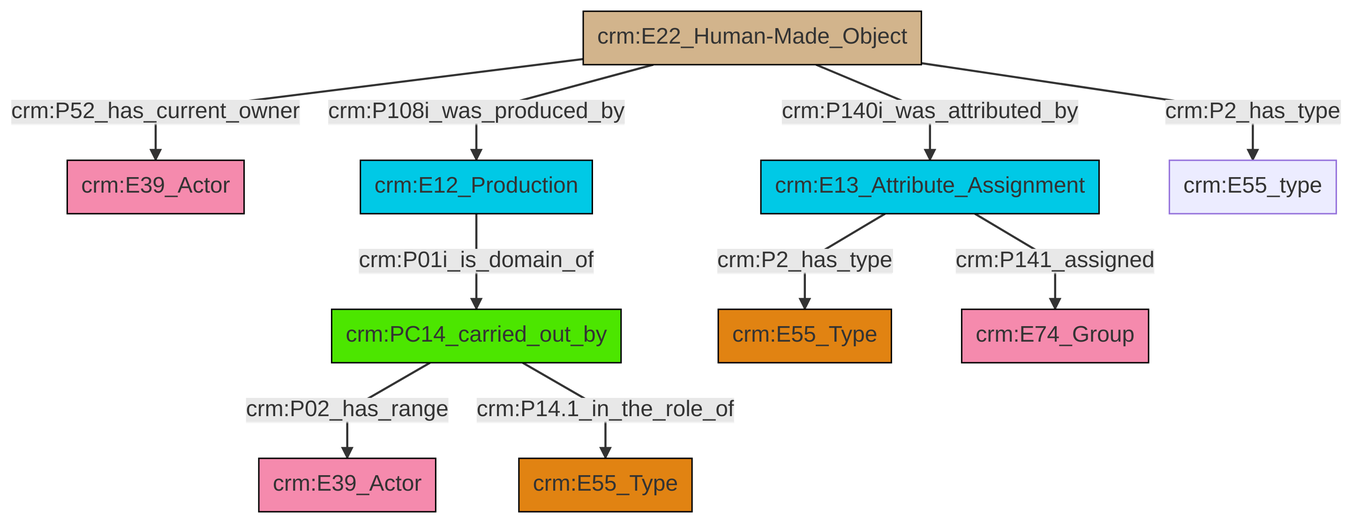
This is et/builtWorkCSV/ttl/mmd/png/Built_Work_actor_relations.png from swiss-art-research-net/docs.swissartresearch, a Mermaid export, as it was before one commit. Its source is kept beside it as et/builtWorkCSV/ttl/mmd/Built_Work_actor_relations.ttl.mmd.
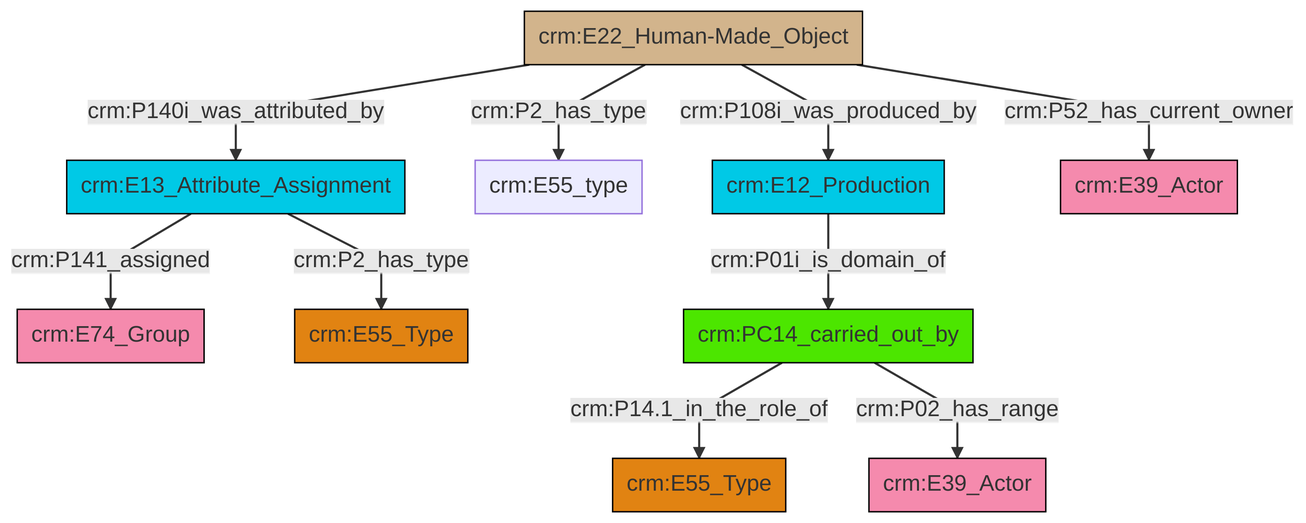
After the commit.

What changed in the source:
```diff
@@ -13,12 +13,12 @@
 classDef PC_Classes fill:#4ce600, stroke:#000000;
 classDef Multi fill:#cccccc,stroke:#000000;
 
-2["crm:PC14_carried_out_by"]:::PC_Classes -->|crm:P02_has_range| 3["crm:E39_Actor"]:::Actor
-9["crm:E22_Human-Made_Object"]:::Physical_Thing -->|crm:P52_has_current_owner| 10["crm:E39_Actor"]:::Actor
-9["crm:E22_Human-Made_Object"]:::Physical_Thing -->|crm:P108i_was_produced_by| 13["crm:E12_Production"]:::Temporal_Entity
-11["crm:E13_Attribute_Assignment"]:::Temporal_Entity -->|crm:P2_has_type| 0["crm:E55_Type"]:::Type
-2["crm:PC14_carried_out_by"]:::PC_Classes -->|crm:P14.1_in_the_role_of| 7["crm:E55_Type"]:::Type
-9["crm:E22_Human-Made_Object"]:::Physical_Thing -->|crm:P140i_was_attributed_by| 11["crm:E13_Attribute_Assignment"]:::Temporal_Entity
-11["crm:E13_Attribute_Assignment"]:::Temporal_Entity -->|crm:P141_assigned| 4["crm:E74_Group"]:::Actor
-9["crm:E22_Human-Made_Object"]:::Physical_Thing -->|crm:P2_has_type| 19["crm:E55_type"]:::Default
-13["crm:E12_Production"]:::Temporal_Entity -->|crm:P01i_is_domain_of| 2["crm:PC14_carried_out_by"]:::PC_Classes
+2["crm:E22_Human-Made_Object"]:::Physical_Thing -->|crm:P140i_was_attributed_by| 3["crm:E13_Attribute_Assignment"]:::Temporal_Entity
+2["crm:E22_Human-Made_Object"]:::Physical_Thing -->|crm:P2_has_type| 6["crm:E55_type"]:::Default
+2["crm:E22_Human-Made_Object"]:::Physical_Thing -->|crm:P108i_was_produced_by| 7["crm:E12_Production"]:::Temporal_Entity
+8["crm:PC14_carried_out_by"]:::PC_Classes -->|crm:P14.1_in_the_role_of| 9["crm:E55_Type"]:::Type
+3["crm:E13_Attribute_Assignment"]:::Temporal_Entity -->|crm:P141_assigned| 4["crm:E74_Group"]:::Actor
+2["crm:E22_Human-Made_Object"]:::Physical_Thing -->|crm:P52_has_current_owner| 10["crm:E39_Actor"]:::Actor
+8["crm:PC14_carried_out_by"]:::PC_Classes -->|crm:P02_has_range| 0["crm:E39_Actor"]:::Actor
+7["crm:E12_Production"]:::Temporal_Entity -->|crm:P01i_is_domain_of| 8["crm:PC14_carried_out_by"]:::PC_Classes
+3["crm:E13_Attribute_Assignment"]:::Temporal_Entity -->|crm:P2_has_type| 11["crm:E55_Type"]:::Type
```
